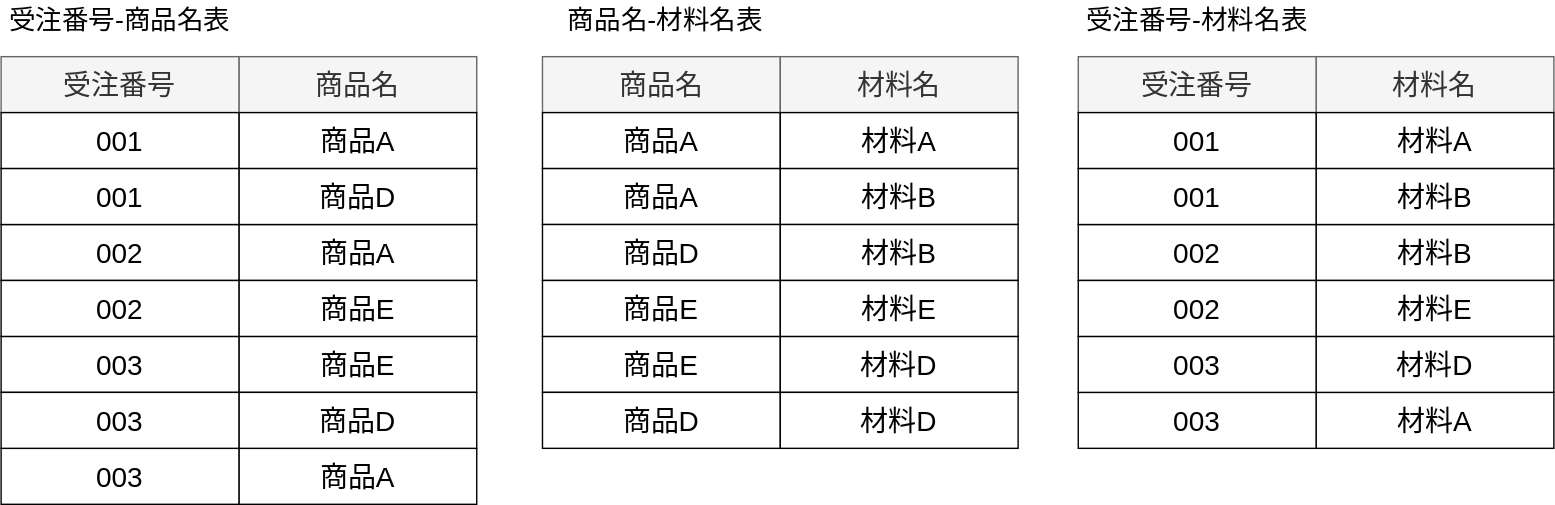
koseki2580/study-docs keeps this draw.io diagram as static/img/svg/Database/normalization/normalization-10.drawio.svg. Above is the earlier version. Source tidied: cells renumbered, new cells last; positions are measured from the earlier drawing's top-left corner, leaving out a move shared by most shapes.
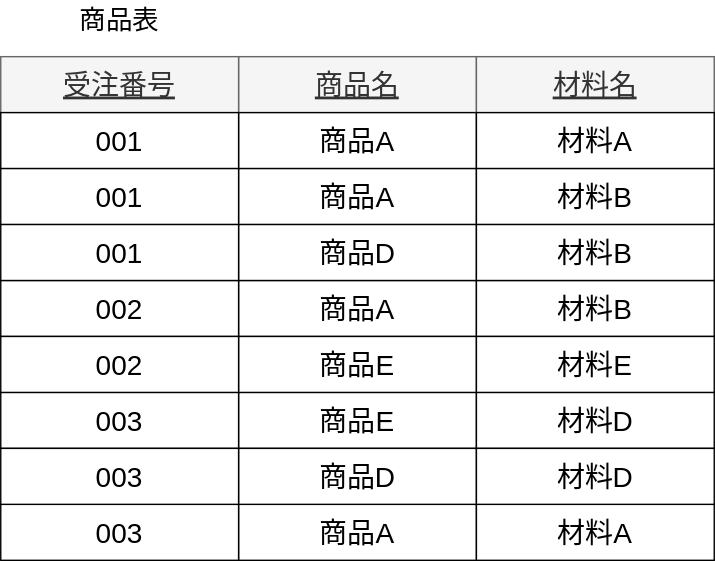
Later version of the same file.

What changed in the source:
```diff
@@ -2,7 +2,7 @@
   <root>
     <mxCell id="0" />
     <mxCell id="1" parent="0" />
-    <mxCell id="2" value="商品名" style="rounded=0;whiteSpace=wrap;html=1;fontSize=20;fillColor=#f5f5f5;fontColor=#333333;strokeColor=#666666;" parent="1" vertex="1">
+    <mxCell id="2" value="商品名" style="rounded=0;whiteSpace=wrap;html=1;fontSize=20;fillColor=#f5f5f5;fontColor=#333333;strokeColor=#666666;fontStyle=4;" parent="1" vertex="1">
       <mxGeometry x="387" y="40" width="170" height="40" as="geometry" />
     </mxCell>
     <mxCell id="3" value="商品A" style="rounded=0;whiteSpace=wrap;html=1;fontSize=20;" parent="1" vertex="1">
@@ -11,17 +11,44 @@
     <mxCell id="4" value="商品A" style="rounded=0;whiteSpace=wrap;html=1;fontSize=20;" parent="1" vertex="1">
       <mxGeometry x="387" y="120" width="170" height="40" as="geometry" />
     </mxCell>
+    <mxCell id="49" value="商品A" style="rounded=0;whiteSpace=wrap;html=1;fontSize=20;" parent="1" vertex="1">
+      <mxGeometry x="387" y="200" width="170" height="40" as="geometry" />
+    </mxCell>
+    <mxCell id="50" value="商品A" style="rounded=0;whiteSpace=wrap;html=1;fontSize=20;" parent="1" vertex="1">
+      <mxGeometry x="387" y="360" width="170" height="40" as="geometry" />
+    </mxCell>
-    <mxCell id="5" value="材料名" style="rounded=0;whiteSpace=wrap;html=1;fontSize=20;fillColor=#f5f5f5;fontColor=#333333;strokeColor=#666666;fontStyle=0;" parent="1" vertex="1">
+    <mxCell id="5" value="材料名" style="rounded=0;whiteSpace=wrap;html=1;fontSize=20;fillColor=#f5f5f5;fontColor=#333333;strokeColor=#666666;fontStyle=4;" parent="1" vertex="1">
       <mxGeometry x="557" y="40" width="170" height="40" as="geometry" />
     </mxCell>
     <mxCell id="6" value="材料A" style="rounded=0;whiteSpace=wrap;html=1;fontSize=20;" parent="1" vertex="1">
       <mxGeometry x="557" y="80" width="170" height="40" as="geometry" />
     </mxCell>
+    <mxCell id="51" value="材料B" style="rounded=0;whiteSpace=wrap;html=1;fontSize=20;" parent="1" vertex="1">
+      <mxGeometry x="557" y="200" width="170" height="40" as="geometry" />
+    </mxCell>
+    <mxCell id="52" value="材料A" style="rounded=0;whiteSpace=wrap;html=1;fontSize=20;" parent="1" vertex="1">
+      <mxGeometry x="557" y="360" width="170" height="40" as="geometry" />
+    </mxCell>
     <mxCell id="7" value="材料B" style="rounded=0;whiteSpace=wrap;html=1;fontSize=20;" parent="1" vertex="1">
       <mxGeometry x="557" y="120" width="170" height="40" as="geometry" />
     </mxCell>
+    <mxCell id="53" value="受注番号" style="rounded=0;whiteSpace=wrap;html=1;fontSize=20;fillColor=#f5f5f5;fontColor=#333333;strokeColor=#666666;fontStyle=4;" parent="1" vertex="1">
+      <mxGeometry x="217" y="40" width="170" height="40" as="geometry" />
+    </mxCell>
+    <mxCell id="54" value="001" style="rounded=0;whiteSpace=wrap;html=1;fontSize=20;" parent="1" vertex="1">
+      <mxGeometry x="217" y="80" width="170" height="40" as="geometry" />
+    </mxCell>
+    <mxCell id="55" value="002" style="rounded=0;whiteSpace=wrap;html=1;fontSize=20;" parent="1" vertex="1">
+      <mxGeometry x="217" y="200" width="170" height="40" as="geometry" />
+    </mxCell>
+    <mxCell id="56" value="003" style="rounded=0;whiteSpace=wrap;html=1;fontSize=20;" parent="1" vertex="1">
+      <mxGeometry x="217" y="360" width="170" height="40" as="geometry" />
+    </mxCell>
+    <mxCell id="57" value="001" style="rounded=0;whiteSpace=wrap;html=1;fontSize=20;" parent="1" vertex="1">
+      <mxGeometry x="217" y="120" width="170" height="40" as="geometry" />
+    </mxCell>
-    <mxCell id="8" value="商品名-材料名表" style="text;html=1;strokeColor=none;fillColor=none;align=center;verticalAlign=middle;whiteSpace=wrap;rounded=0;fontSize=19;" parent="1" vertex="1">
-      <mxGeometry x="390" width="170" height="30" as="geometry" />
+    <mxCell id="8" value="商品表" style="text;html=1;strokeColor=none;fillColor=none;align=center;verticalAlign=middle;whiteSpace=wrap;rounded=0;fontSize=19;" parent="1" vertex="1">
+      <mxGeometry x="217" width="170" height="30" as="geometry" />
     </mxCell>
     <mxCell id="9" value="商品D" style="rounded=0;whiteSpace=wrap;html=1;fontSize=20;" parent="1" vertex="1">
       <mxGeometry x="387" y="160" width="170" height="40" as="geometry" />
@@ -29,119 +56,35 @@
     <mxCell id="10" value="材料B" style="rounded=0;whiteSpace=wrap;html=1;fontSize=20;" parent="1" vertex="1">
       <mxGeometry x="557" y="160" width="170" height="40" as="geometry" />
     </mxCell>
+    <mxCell id="58" value="001" style="rounded=0;whiteSpace=wrap;html=1;fontSize=20;" parent="1" vertex="1">
+      <mxGeometry x="217" y="160" width="170" height="40" as="geometry" />
+    </mxCell>
     <mxCell id="11" value="商品E" style="rounded=0;whiteSpace=wrap;html=1;fontSize=20;" parent="1" vertex="1">
-      <mxGeometry x="387" y="240" width="170" height="40" as="geometry" />
+      <mxGeometry x="387" y="280" width="170" height="40" as="geometry" />
     </mxCell>
     <mxCell id="12" value="商品D" style="rounded=0;whiteSpace=wrap;html=1;fontSize=20;" parent="1" vertex="1">
-      <mxGeometry x="387" y="280" width="170" height="40" as="geometry" />
+      <mxGeometry x="387" y="320" width="170" height="40" as="geometry" />
     </mxCell>
     <mxCell id="13" value="材料D" style="rounded=0;whiteSpace=wrap;html=1;fontSize=20;" parent="1" vertex="1">
-      <mxGeometry x="557" y="240" width="170" height="40" as="geometry" />
+      <mxGeometry x="557" y="280" width="170" height="40" as="geometry" />
     </mxCell>
     <mxCell id="14" value="材料D" style="rounded=0;whiteSpace=wrap;html=1;fontSize=20;" parent="1" vertex="1">
-      <mxGeometry x="557" y="280" width="170" height="40" as="geometry" />
+      <mxGeometry x="557" y="320" width="170" height="40" as="geometry" />
     </mxCell>
+    <mxCell id="59" value="003" style="rounded=0;whiteSpace=wrap;html=1;fontSize=20;" parent="1" vertex="1">
+      <mxGeometry x="217" y="280" width="170" height="40" as="geometry" />
+    </mxCell>
+    <mxCell id="60" value="003" style="rounded=0;whiteSpace=wrap;html=1;fontSize=20;" parent="1" vertex="1">
+      <mxGeometry x="217" y="320" width="170" height="40" as="geometry" />
+    </mxCell>
     <mxCell id="15" value="商品E" style="rounded=0;whiteSpace=wrap;html=1;fontSize=20;" parent="1" vertex="1">
-      <mxGeometry x="387" y="200" width="170" height="40" as="geometry" />
+      <mxGeometry x="387" y="240" width="170" height="40" as="geometry" />
     </mxCell>
     <mxCell id="16" value="材料E" style="rounded=0;whiteSpace=wrap;html=1;fontSize=20;" parent="1" vertex="1">
-      <mxGeometry x="557" y="200" width="170" height="40" as="geometry" />
+      <mxGeometry x="557" y="240" width="170" height="40" as="geometry" />
     </mxCell>
-    <mxCell id="17" value="商品名" style="rounded=0;whiteSpace=wrap;html=1;fontSize=20;fillColor=#f5f5f5;fontColor=#333333;strokeColor=#666666;" parent="1" vertex="1">
-      <mxGeometry x="170" y="40" width="170" height="40" as="geometry" />
-    </mxCell>
-    <mxCell id="18" value="商品A" style="rounded=0;whiteSpace=wrap;html=1;fontSize=20;" parent="1" vertex="1">
-      <mxGeometry x="170" y="80" width="170" height="40" as="geometry" />
-    </mxCell>
-    <mxCell id="19" value="商品A" style="rounded=0;whiteSpace=wrap;html=1;fontSize=20;" parent="1" vertex="1">
-      <mxGeometry x="170" y="160" width="170" height="40" as="geometry" />
-    </mxCell>
-    <mxCell id="20" value="商品A" style="rounded=0;whiteSpace=wrap;html=1;fontSize=20;" parent="1" vertex="1">
-      <mxGeometry x="170" y="320" width="170" height="40" as="geometry" />
-    </mxCell>
-    <mxCell id="21" value="受注番号" style="rounded=0;whiteSpace=wrap;html=1;fontSize=20;fillColor=#f5f5f5;fontColor=#333333;strokeColor=#666666;fontStyle=0;" parent="1" vertex="1">
-      <mxGeometry y="40" width="170" height="40" as="geometry" />
-    </mxCell>
-    <mxCell id="22" value="001" style="rounded=0;whiteSpace=wrap;html=1;fontSize=20;" parent="1" vertex="1">
-      <mxGeometry y="80" width="170" height="40" as="geometry" />
-    </mxCell>
-    <mxCell id="23" value="002" style="rounded=0;whiteSpace=wrap;html=1;fontSize=20;" parent="1" vertex="1">
-      <mxGeometry y="160" width="170" height="40" as="geometry" />
-    </mxCell>
-    <mxCell id="24" value="003" style="rounded=0;whiteSpace=wrap;html=1;fontSize=20;" parent="1" vertex="1">
-      <mxGeometry y="320" width="170" height="40" as="geometry" />
-    </mxCell>
-    <mxCell id="25" value="受注番号-商品名表" style="text;html=1;strokeColor=none;fillColor=none;align=center;verticalAlign=middle;whiteSpace=wrap;rounded=0;fontSize=19;" parent="1" vertex="1">
-      <mxGeometry width="170" height="30" as="geometry" />
-    </mxCell>
-    <mxCell id="26" value="商品D" style="rounded=0;whiteSpace=wrap;html=1;fontSize=20;" parent="1" vertex="1">
-      <mxGeometry x="170" y="120" width="170" height="40" as="geometry" />
-    </mxCell>
-    <mxCell id="27" value="001" style="rounded=0;whiteSpace=wrap;html=1;fontSize=20;" parent="1" vertex="1">
-      <mxGeometry y="120" width="170" height="40" as="geometry" />
-    </mxCell>
-    <mxCell id="28" value="商品E" style="rounded=0;whiteSpace=wrap;html=1;fontSize=20;" parent="1" vertex="1">
-      <mxGeometry x="170" y="240" width="170" height="40" as="geometry" />
-    </mxCell>
-    <mxCell id="29" value="商品D" style="rounded=0;whiteSpace=wrap;html=1;fontSize=20;" parent="1" vertex="1">
-      <mxGeometry x="170" y="280" width="170" height="40" as="geometry" />
-    </mxCell>
-    <mxCell id="30" value="003" style="rounded=0;whiteSpace=wrap;html=1;fontSize=20;" parent="1" vertex="1">
-      <mxGeometry y="240" width="170" height="40" as="geometry" />
-    </mxCell>
-    <mxCell id="31" value="003" style="rounded=0;whiteSpace=wrap;html=1;fontSize=20;" parent="1" vertex="1">
-      <mxGeometry y="280" width="170" height="40" as="geometry" />
-    </mxCell>
-    <mxCell id="32" value="商品E" style="rounded=0;whiteSpace=wrap;html=1;fontSize=20;" parent="1" vertex="1">
-      <mxGeometry x="170" y="200" width="170" height="40" as="geometry" />
-    </mxCell>
-    <mxCell id="33" value="002" style="rounded=0;whiteSpace=wrap;html=1;fontSize=20;" parent="1" vertex="1">
-      <mxGeometry y="200" width="170" height="40" as="geometry" />
-    </mxCell>
-    <mxCell id="34" value="材料名" style="rounded=0;whiteSpace=wrap;html=1;fontSize=20;fillColor=#f5f5f5;fontColor=#333333;strokeColor=#666666;fontStyle=0;" parent="1" vertex="1">
-      <mxGeometry x="940" y="40" width="170" height="40" as="geometry" />
-    </mxCell>
-    <mxCell id="35" value="材料A" style="rounded=0;whiteSpace=wrap;html=1;fontSize=20;" parent="1" vertex="1">
-      <mxGeometry x="940" y="80" width="170" height="40" as="geometry" />
-    </mxCell>
-    <mxCell id="36" value="材料B" style="rounded=0;whiteSpace=wrap;html=1;fontSize=20;" parent="1" vertex="1">
-      <mxGeometry x="940" y="160" width="170" height="40" as="geometry" />
-    </mxCell>
-    <mxCell id="37" value="材料A" style="rounded=0;whiteSpace=wrap;html=1;fontSize=20;" parent="1" vertex="1">
-      <mxGeometry x="940" y="280" width="170" height="40" as="geometry" />
-    </mxCell>
-    <mxCell id="38" value="材料B" style="rounded=0;whiteSpace=wrap;html=1;fontSize=20;" parent="1" vertex="1">
-      <mxGeometry x="940" y="120" width="170" height="40" as="geometry" />
-    </mxCell>
-    <mxCell id="39" value="受注番号" style="rounded=0;whiteSpace=wrap;html=1;fontSize=20;fillColor=#f5f5f5;fontColor=#333333;strokeColor=#666666;fontStyle=0;" parent="1" vertex="1">
-      <mxGeometry x="770" y="40" width="170" height="40" as="geometry" />
-    </mxCell>
-    <mxCell id="40" value="001" style="rounded=0;whiteSpace=wrap;html=1;fontSize=20;" parent="1" vertex="1">
-      <mxGeometry x="770" y="80" width="170" height="40" as="geometry" />
-    </mxCell>
-    <mxCell id="41" value="002" style="rounded=0;whiteSpace=wrap;html=1;fontSize=20;" parent="1" vertex="1">
-      <mxGeometry x="770" y="160" width="170" height="40" as="geometry" />
-    </mxCell>
-    <mxCell id="42" value="003" style="rounded=0;whiteSpace=wrap;html=1;fontSize=20;" parent="1" vertex="1">
-      <mxGeometry x="770" y="280" width="170" height="40" as="geometry" />
-    </mxCell>
-    <mxCell id="43" value="001" style="rounded=0;whiteSpace=wrap;html=1;fontSize=20;" parent="1" vertex="1">
-      <mxGeometry x="770" y="120" width="170" height="40" as="geometry" />
-    </mxCell>
-    <mxCell id="44" value="受注番号-材料名表" style="text;html=1;strokeColor=none;fillColor=none;align=center;verticalAlign=middle;whiteSpace=wrap;rounded=0;fontSize=19;" parent="1" vertex="1">
-      <mxGeometry x="770" width="170" height="30" as="geometry" />
-    </mxCell>
-    <mxCell id="45" value="材料D" style="rounded=0;whiteSpace=wrap;html=1;fontSize=20;" parent="1" vertex="1">
-      <mxGeometry x="940" y="240" width="170" height="40" as="geometry" />
-    </mxCell>
-    <mxCell id="46" value="003" style="rounded=0;whiteSpace=wrap;html=1;fontSize=20;" parent="1" vertex="1">
-      <mxGeometry x="770" y="240" width="170" height="40" as="geometry" />
-    </mxCell>
-    <mxCell id="47" value="材料E" style="rounded=0;whiteSpace=wrap;html=1;fontSize=20;" parent="1" vertex="1">
-      <mxGeometry x="940" y="200" width="170" height="40" as="geometry" />
-    </mxCell>
-    <mxCell id="48" value="002" style="rounded=0;whiteSpace=wrap;html=1;fontSize=20;" parent="1" vertex="1">
-      <mxGeometry x="770" y="200" width="170" height="40" as="geometry" />
-    </mxCell>
+    <mxCell id="61" value="002" style="rounded=0;whiteSpace=wrap;html=1;fontSize=20;" parent="1" vertex="1">
+      <mxGeometry x="217" y="240" width="170" height="40" as="geometry" />
+    </mxCell>
   </root>
 </mxGraphModel>
```
